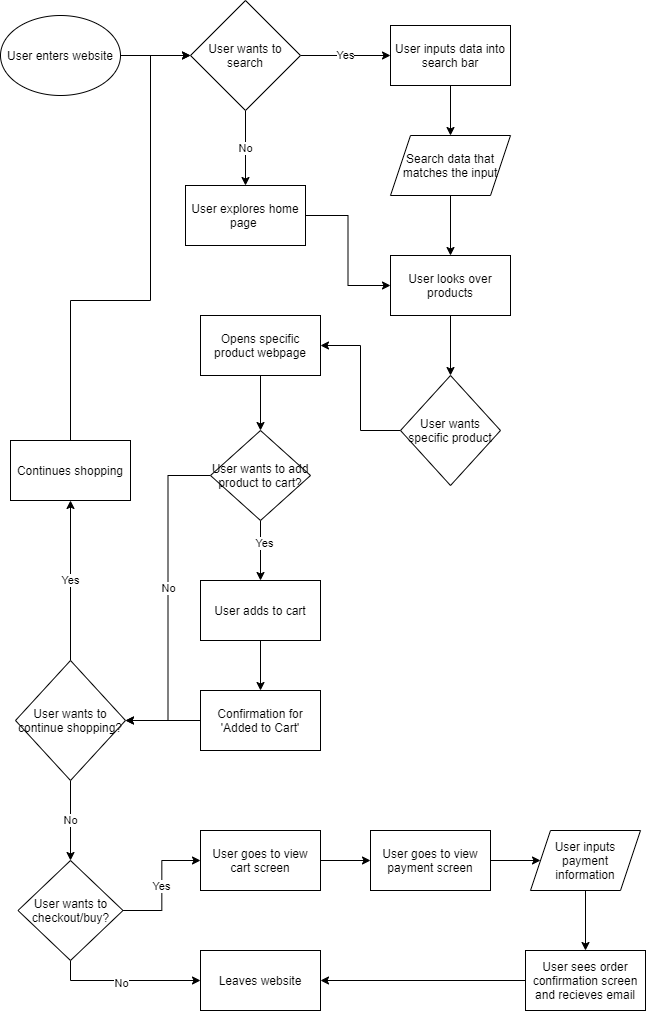
Earlier version of the draw.io export explore/diagramming/diagram.drawio.png (Caitlin-Lee/fa21-cse110-lab4). Source tidied: cells renumbered, new cells last; positions are measured from the earlier drawing's top-left corner, leaving out a move shared by most shapes.
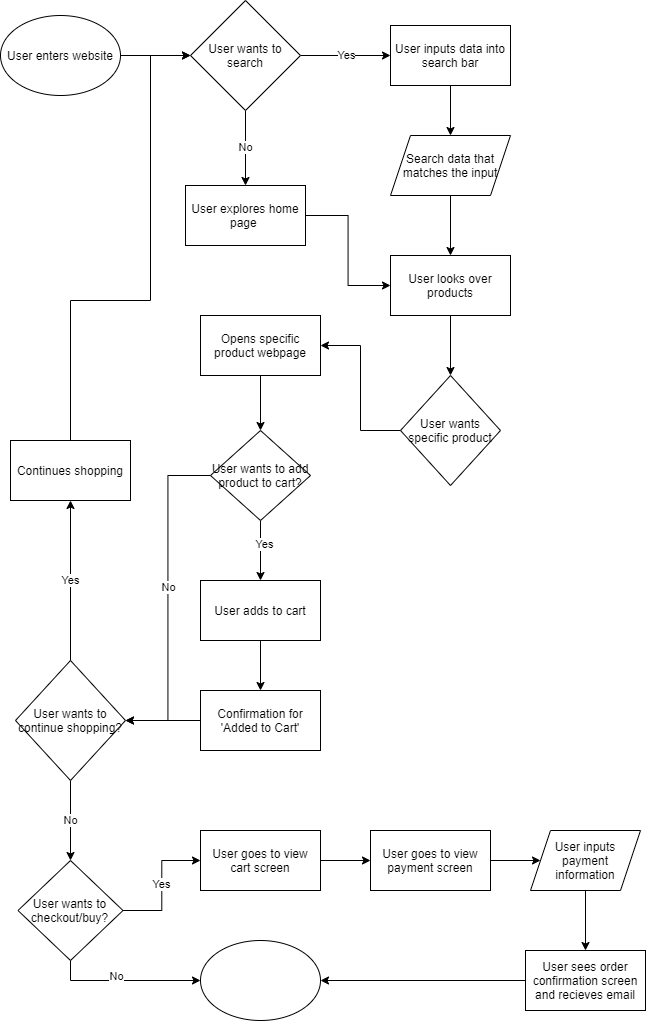
After the change.

Change to the diagram source:
```diff
@@ -106,18 +106,15 @@
     <mxCell id="33" value="Yes" style="edgeStyle=orthogonalEdgeStyle;rounded=0;jettySize=auto;html=1;exitX=1;exitY=0.5;exitDx=0;exitDy=0;entryX=0;entryY=0.5;entryDx=0;entryDy=0;" parent="1" edge="1" source="36" target="39">
       <mxGeometry relative="1" as="geometry" />
     </mxCell>
-    <mxCell id="34" style="edgeStyle=orthogonalEdgeStyle;rounded=0;jettySize=auto;html=1;exitX=0.5;exitY=1;exitDx=0;exitDy=0;entryX=0;entryY=0.5;entryDx=0;entryDy=0;" parent="1" edge="1" source="36" target="37">
-      <mxGeometry relative="1" as="geometry" />
-    </mxCell>
+    <mxCell id="46" style="edgeStyle=orthogonalEdgeStyle;rounded=0;jettySize=auto;html=1;exitX=0.5;exitY=1;exitDx=0;exitDy=0;entryX=0;entryY=0.5;entryDx=0;entryDy=0;" parent="1" edge="1" source="36" target="47">
+      <mxGeometry relative="1" as="geometry" />
+    </mxCell>
-    <mxCell id="35" value="No" style="edgeLabel;html=1;align=center;verticalAlign=middle;" parent="34" vertex="1">
-      <mxGeometry x="-0.06" y="-2" relative="1" as="geometry" />
+    <mxCell id="35" value="No" style="edgeLabel;html=1;align=center;verticalAlign=middle;" parent="46" vertex="1">
+      <mxGeometry x="-0.12" y="5" relative="1" as="geometry" />
     </mxCell>
     <mxCell id="36" value="User wants to checkout/buy?" style="rhombus;whiteSpace=wrap;html=1;" parent="1" vertex="1">
       <mxGeometry x="17.5" y="860" width="105" height="100" as="geometry" />
     </mxCell>
-    <mxCell id="37" value="Leaves website" style="whiteSpace=wrap;html=1;" parent="1" vertex="1">
-      <mxGeometry x="200" y="950" width="120" height="60" as="geometry" />
-    </mxCell>
     <mxCell id="38" style="edgeStyle=orthogonalEdgeStyle;rounded=0;jettySize=auto;html=1;exitX=1;exitY=0.5;exitDx=0;exitDy=0;entryX=0;entryY=0.5;entryDx=0;entryDy=0;" parent="1" edge="1" source="39" target="41">
       <mxGeometry relative="1" as="geometry" />
     </mxCell>
@@ -136,11 +133,16 @@
     <mxCell id="43" value="User inputs payment information" style="shape=parallelogram;perimeter=parallelogramPerimeter;whiteSpace=wrap;html=1;fixedSize=1;rounded=0;" parent="1" vertex="1">
       <mxGeometry x="530" y="830" width="110" height="60" as="geometry" />
     </mxCell>
-    <mxCell id="44" style="edgeStyle=orthogonalEdgeStyle;rounded=0;jettySize=auto;html=1;exitX=0;exitY=0.5;exitDx=0;exitDy=0;entryX=1;entryY=0.5;entryDx=0;entryDy=0;" parent="1" edge="1" source="45" target="37">
-      <mxGeometry relative="1" as="geometry" />
+    <mxCell id="44" style="edgeStyle=orthogonalEdgeStyle;rounded=0;jettySize=auto;html=1;exitX=0;exitY=0.5;exitDx=0;exitDy=0;entryX=1;entryY=0.5;entryDx=0;entryDy=0;" parent="1" edge="1" source="45">
+      <mxGeometry relative="1" as="geometry">
+        <mxPoint x="320" y="980" as="targetPoint" />
+      </mxGeometry>
     </mxCell>
     <mxCell id="45" value="User sees order confirmation screen and recieves email" style="whiteSpace=wrap;html=1;rounded=0;" parent="1" vertex="1">
       <mxGeometry x="525" y="950" width="120" height="60" as="geometry" />
     </mxCell>
+    <mxCell id="47" style="ellipse;whiteSpace=wrap;html=1;" parent="1" vertex="1">
+      <mxGeometry x="200" y="940" width="120" height="80" as="geometry" />
+    </mxCell>
   </root>
 </mxGraphModel>
```
